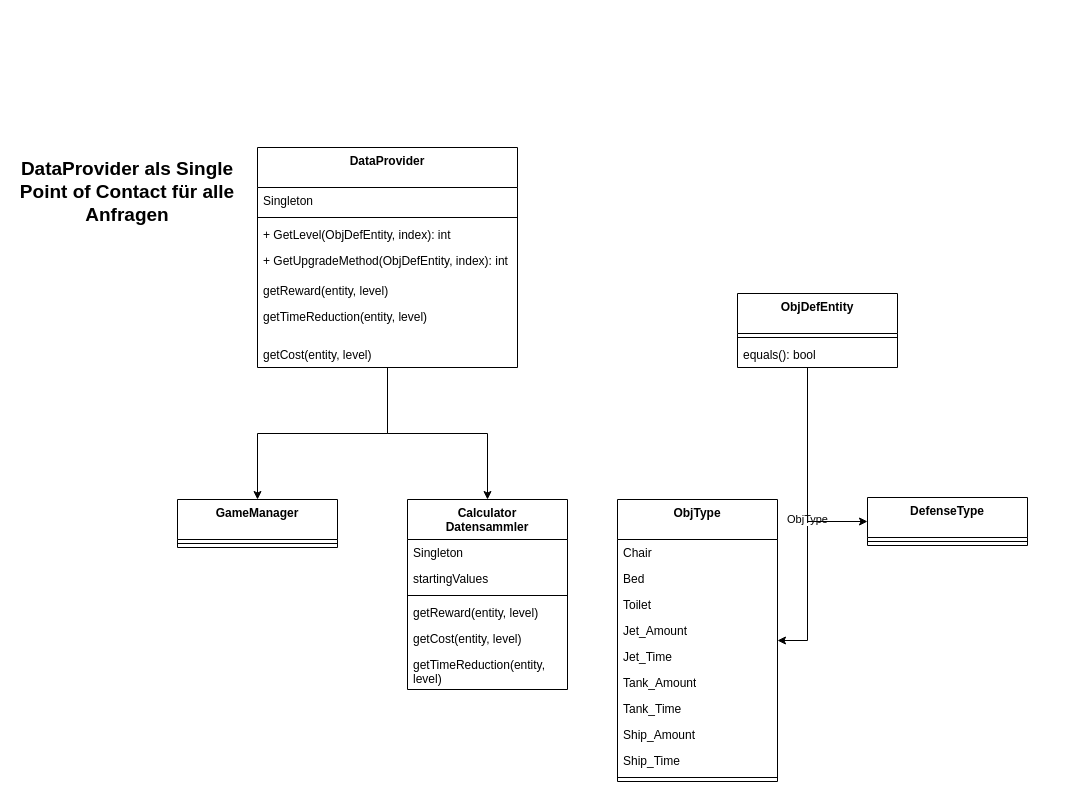
The draw.io diagram CalculationModel.drawio in ZhRaL/Transfer, before the edit. Source tidied: cells renumbered, new cells numbered last; positions are measured from the earlier drawing's top-left corner, leaving out a move shared by most shapes. Both pictures are drawn from the tidied source at 100%, with x=0, y=0 at pixel (17, 147).
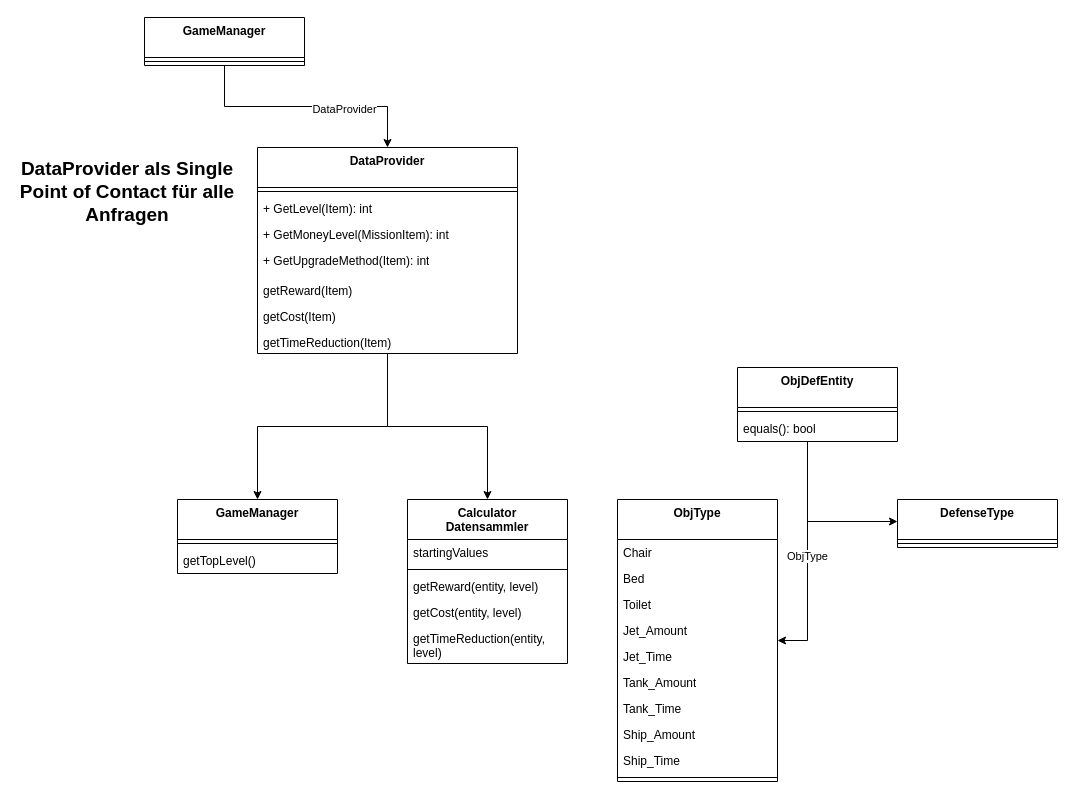
Above is the later version.

What changed in the source:
```diff
@@
     <mxCell id="2" value="Calculator&lt;div&gt;Datensammler&lt;/div&gt;" style="swimlane;fontStyle=1;align=center;verticalAlign=top;horizontal=1;startSize=40;whiteSpace=wrap;html=1;" parent="1" vertex="1">
-      <mxGeometry x="390" y="352" width="160" height="190" as="geometry" />
+      <mxGeometry x="390" y="352" width="160" height="164" as="geometry" />
     </mxCell>
-    <mxCell id="3" value="Singleton" style="text;strokeColor=none;fillColor=none;align=left;verticalAlign=top;spacingLeft=4;spacingRight=4;overflow=hidden;whiteSpace=wrap;html=1;" parent="2" vertex="1">
-      <mxGeometry y="40" width="160" height="26" as="geometry" />
-    </mxCell>
     <mxCell id="4" value="startingValues" style="text;strokeColor=none;fillColor=none;align=left;verticalAlign=top;spacingLeft=4;spacingRight=4;overflow=hidden;whiteSpace=wrap;html=1;" parent="2" vertex="1">
-      <mxGeometry y="66" width="160" height="26" as="geometry" />
+      <mxGeometry y="40" width="160" height="26" as="geometry" />
     </mxCell>
     <mxCell id="5" style="line;strokeWidth=1;fillColor=none;align=left;verticalAlign=middle;spacingTop=-1;spacingLeft=3;spacingRight=3;labelPosition=right;strokeColor=inherit;" parent="2" vertex="1">
-      <mxGeometry y="92" width="160" height="8" as="geometry" />
+      <mxGeometry y="66" width="160" height="8" as="geometry" />
     </mxCell>
     <mxCell id="6" value="getReward(entity, level)" style="text;strokeColor=none;fillColor=none;align=left;verticalAlign=top;spacingLeft=4;spacingRight=4;overflow=hidden;whiteSpace=wrap;html=1;" parent="2" vertex="1">
-      <mxGeometry y="100" width="160" height="26" as="geometry" />
+      <mxGeometry y="74" width="160" height="26" as="geometry" />
     </mxCell>
     <mxCell id="7" value="getCost(entity, level)" style="text;strokeColor=none;fillColor=none;align=left;verticalAlign=top;spacingLeft=4;spacingRight=4;overflow=hidden;whiteSpace=wrap;html=1;" parent="2" vertex="1">
-      <mxGeometry y="126" width="160" height="26" as="geometry" />
+      <mxGeometry y="100" width="160" height="26" as="geometry" />
     </mxCell>
     <mxCell id="8" value="getTimeReduction(entity, level)" style="text;strokeColor=none;fillColor=none;align=left;verticalAlign=top;spacingLeft=4;spacingRight=4;overflow=hidden;whiteSpace=wrap;html=1;" parent="2" vertex="1">
-      <mxGeometry y="152" width="160" height="38" as="geometry" />
+      <mxGeometry y="126" width="160" height="38" as="geometry" />
     </mxCell>
@@
     <mxCell id="22" value="ObjDefEntity" style="swimlane;fontStyle=1;align=center;verticalAlign=top;horizontal=1;startSize=40;whiteSpace=wrap;html=1;" parent="1" vertex="1">
-      <mxGeometry x="720" y="146" width="160" height="74" as="geometry" />
+      <mxGeometry x="720" y="220" width="160" height="74" as="geometry" />
     </mxCell>
@@
     <mxCell id="25" value="DefenseType" style="swimlane;fontStyle=1;align=center;verticalAlign=top;horizontal=1;startSize=40;whiteSpace=wrap;html=1;" parent="1" vertex="1">
-      <mxGeometry x="850" y="350" width="160" height="48" as="geometry" />
+      <mxGeometry x="880" y="352" width="160" height="48" as="geometry" />
     </mxCell>
@@
     <mxCell id="29" value="DataProvider" style="swimlane;fontStyle=1;align=center;verticalAlign=top;horizontal=1;startSize=40;whiteSpace=wrap;html=1;" parent="1" vertex="1">
-      <mxGeometry x="240" width="260" height="220" as="geometry" />
+      <mxGeometry x="240" width="260" height="206" as="geometry" />
     </mxCell>
-    <mxCell id="30" value="Singleton" style="text;strokeColor=none;fillColor=none;align=left;verticalAlign=top;spacingLeft=4;spacingRight=4;overflow=hidden;whiteSpace=wrap;html=1;" parent="29" vertex="1">
-      <mxGeometry y="40" width="260" height="26" as="geometry" />
-    </mxCell>
     <mxCell id="31" style="line;strokeWidth=1;fillColor=none;align=left;verticalAlign=middle;spacingTop=-1;spacingLeft=3;spacingRight=3;labelPosition=right;strokeColor=inherit;" parent="29" vertex="1">
-      <mxGeometry y="66" width="260" height="8" as="geometry" />
+      <mxGeometry y="40" width="260" height="8" as="geometry" />
     </mxCell>
-    <mxCell id="32" value="+ GetLevel(ObjDefEntity, index): int" style="text;strokeColor=none;fillColor=none;align=left;verticalAlign=top;spacingLeft=4;spacingRight=4;overflow=hidden;whiteSpace=wrap;html=1;" parent="29" vertex="1">
-      <mxGeometry y="74" width="260" height="26" as="geometry" />
+    <mxCell id="32" value="+ GetLevel(Item): int" style="text;strokeColor=none;fillColor=none;align=left;verticalAlign=top;spacingLeft=4;spacingRight=4;overflow=hidden;whiteSpace=wrap;html=1;" parent="29" vertex="1">
+      <mxGeometry y="48" width="260" height="26" as="geometry" />
     </mxCell>
+    <mxCell id="40" value="+ GetMoneyLevel(MissionItem): int" style="text;strokeColor=none;fillColor=none;align=left;verticalAlign=top;spacingLeft=4;spacingRight=4;overflow=hidden;whiteSpace=wrap;html=1;" parent="29" vertex="1">
+      <mxGeometry y="74" width="260" height="26" as="geometry" />
+    </mxCell>
-    <mxCell id="33" value="+ GetUpgradeMethod(ObjDefEntity, index): int" style="text;strokeColor=none;fillColor=none;align=left;verticalAlign=top;spacingLeft=4;spacingRight=4;overflow=hidden;whiteSpace=wrap;html=1;" parent="29" vertex="1">
+    <mxCell id="33" value="+ GetUpgradeMethod(Item): int" style="text;strokeColor=none;fillColor=none;align=left;verticalAlign=top;spacingLeft=4;spacingRight=4;overflow=hidden;whiteSpace=wrap;html=1;" parent="29" vertex="1">
       <mxGeometry y="100" width="260" height="30" as="geometry" />
     </mxCell>
-    <mxCell id="34" value="getReward(entity, level)" style="text;strokeColor=none;fillColor=none;align=left;verticalAlign=top;spacingLeft=4;spacingRight=4;overflow=hidden;whiteSpace=wrap;html=1;" parent="29" vertex="1">
+    <mxCell id="34" value="getReward(Item)" style="text;strokeColor=none;fillColor=none;align=left;verticalAlign=top;spacingLeft=4;spacingRight=4;overflow=hidden;whiteSpace=wrap;html=1;" parent="29" vertex="1">
       <mxGeometry y="130" width="260" height="26" as="geometry" />
     </mxCell>
+    <mxCell id="36" value="getCost(Item)" style="text;strokeColor=none;fillColor=none;align=left;verticalAlign=top;spacingLeft=4;spacingRight=4;overflow=hidden;whiteSpace=wrap;html=1;" parent="29" vertex="1">
+      <mxGeometry y="156" width="260" height="26" as="geometry" />
+    </mxCell>
-    <mxCell id="35" value="getTimeReduction(entity, level)" style="text;strokeColor=none;fillColor=none;align=left;verticalAlign=top;spacingLeft=4;spacingRight=4;overflow=hidden;whiteSpace=wrap;html=1;" parent="29" vertex="1">
-      <mxGeometry y="156" width="260" height="38" as="geometry" />
+    <mxCell id="35" value="getTimeReduction(Item)&lt;div&gt;&lt;br&gt;&lt;/div&gt;" style="text;strokeColor=none;fillColor=none;align=left;verticalAlign=top;spacingLeft=4;spacingRight=4;overflow=hidden;whiteSpace=wrap;html=1;" parent="29" vertex="1">
+      <mxGeometry y="182" width="260" height="24" as="geometry" />
     </mxCell>
-    <mxCell id="36" value="getCost(entity, level)" style="text;strokeColor=none;fillColor=none;align=left;verticalAlign=top;spacingLeft=4;spacingRight=4;overflow=hidden;whiteSpace=wrap;html=1;" parent="29" vertex="1">
-      <mxGeometry y="194" width="260" height="26" as="geometry" />
-    </mxCell>
     <mxCell id="37" value="GameManager" style="swimlane;fontStyle=1;align=center;verticalAlign=top;horizontal=1;startSize=40;whiteSpace=wrap;html=1;" parent="1" vertex="1">
-      <mxGeometry x="160" y="352" width="160" height="48" as="geometry" />
+      <mxGeometry x="160" y="352" width="160" height="74" as="geometry" />
     </mxCell>
@@
+    <mxCell id="41" value="getTopLevel()" style="text;strokeColor=none;fillColor=none;align=left;verticalAlign=top;spacingLeft=4;spacingRight=4;overflow=hidden;whiteSpace=wrap;html=1;" parent="37" vertex="1">
+      <mxGeometry y="48" width="160" height="26" as="geometry" />
+    </mxCell>
@@
+    <mxCell id="42" style="edgeStyle=orthogonalEdgeStyle;rounded=0;jettySize=auto;html=1;" parent="1" edge="1" source="44" target="29">
+      <mxGeometry relative="1" as="geometry" />
+    </mxCell>
+    <mxCell id="43" value="DataProvider" style="edgeLabel;html=1;align=center;verticalAlign=middle;" parent="42" vertex="1">
+      <mxGeometry x="0.31" y="-2" relative="1" as="geometry" />
+    </mxCell>
+    <mxCell id="44" value="GameManager" style="swimlane;fontStyle=1;align=center;verticalAlign=top;horizontal=1;startSize=40;whiteSpace=wrap;html=1;" parent="1" vertex="1">
+      <mxGeometry x="127" y="-130" width="160" height="48" as="geometry" />
+    </mxCell>
+    <mxCell id="45" style="line;strokeWidth=1;fillColor=none;align=left;verticalAlign=middle;spacingTop=-1;spacingLeft=3;spacingRight=3;labelPosition=right;strokeColor=inherit;" parent="44" vertex="1">
+      <mxGeometry y="40" width="160" height="8" as="geometry" />
+    </mxCell>
```
